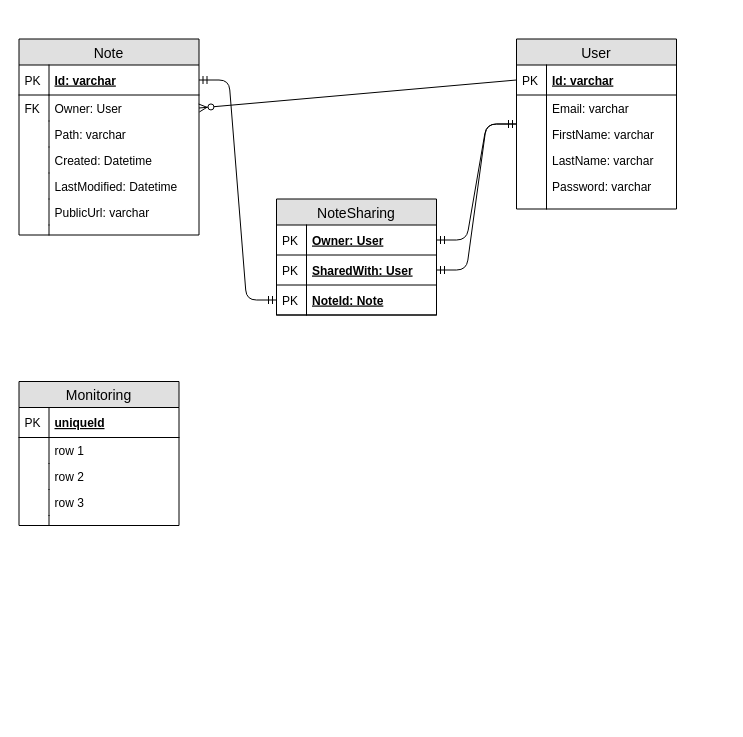
Above: page "Database schema" (1 of 3) of GraduateWork/Diagrams.drawio in AdamNagy/Nadam.L2Plus (draw.io), before the change. Source tidied: cells renumbered, new cells numbered last; positions are measured from the earlier drawing's top-left corner, leaving out a move shared by most shapes. Both pictures are drawn from the tidied source at 100%, with x=0, y=0 at pixel (18, 38).
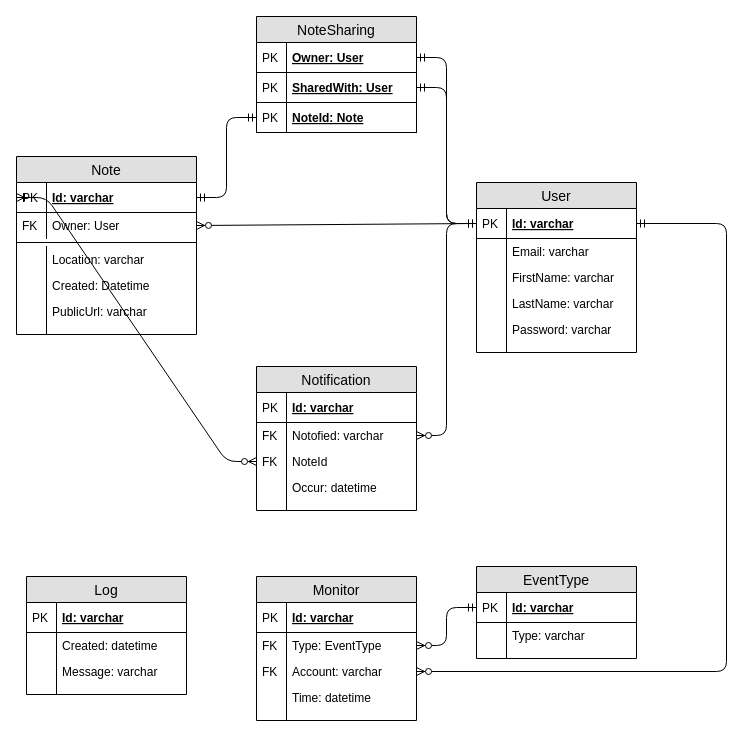
Above is the later version.

Unchanged cells that the change refers to:
```xml
<mxCell id="3" value="Id: varchar" style="shape=partialRectangle;top=0;left=0;right=0;bottom=1;align=left;verticalAlign=middle;fillColor=none;spacingLeft=34;spacingRight=4;overflow=hidden;points=[[0,0.5],[1,0.5]];portConstraint=eastwest;fontStyle=5;fontSize=12;" parent="2" vertex="1">
  <mxGeometry y="26" width="180" height="30" as="geometry" />
</mxCell>
<mxCell id="18" value="Id: varchar" style="shape=partialRectangle;top=0;left=0;right=0;bottom=1;align=left;verticalAlign=middle;fillColor=none;spacingLeft=34;spacingRight=4;overflow=hidden;points=[[0,0.5],[1,0.5]];portConstraint=eastwest;fontStyle=5;fontSize=12;" parent="17" vertex="1">
  <mxGeometry y="26" width="160" height="30" as="geometry" />
</mxCell>
<mxCell id="43" value="Owner: User" style="shape=partialRectangle;top=0;left=0;right=0;bottom=1;align=left;verticalAlign=middle;fillColor=none;spacingLeft=34;spacingRight=4;overflow=hidden;points=[[0,0.5],[1,0.5]];portConstraint=eastwest;fontStyle=5;fontSize=12;" parent="42" vertex="1">
  <mxGeometry y="26" width="160" height="30" as="geometry" />
</mxCell>
<mxCell id="45" value="SharedWith: User" style="shape=partialRectangle;top=0;left=0;right=0;bottom=1;align=left;verticalAlign=middle;fillColor=none;spacingLeft=34;spacingRight=4;overflow=hidden;points=[[0,0.5],[1,0.5]];portConstraint=eastwest;fontStyle=5;fontSize=12;" parent="42" vertex="1">
  <mxGeometry y="56" width="160" height="30" as="geometry" />
</mxCell>
```

Change to the diagram source:
```diff
@@
     <mxCell id="2" value="Note" style="swimlane;fontStyle=0;horizontal=1;startSize=26;fillColor=#e0e0e0;swimlaneFillColor=#ffffff;align=center;fontSize=14;" parent="1" vertex="1">
-      <mxGeometry x="0.5" y="0.5" width="180" height="196" as="geometry" />
+      <mxGeometry x="-2" y="118" width="180" height="178" as="geometry" />
     </mxCell>
@@
+    <mxCell id="52" style="line;strokeWidth=1;fillColor=none;align=left;verticalAlign=middle;spacingTop=-1;spacingLeft=3;spacingRight=3;labelPosition=right;fontSize=12;" parent="2" vertex="1">
+      <mxGeometry y="82" width="180" height="8" as="geometry" />
+    </mxCell>
-    <mxCell id="7" value="Path: varchar" style="shape=partialRectangle;top=0;left=0;right=0;bottom=0;align=left;verticalAlign=top;fillColor=none;spacingLeft=34;spacingRight=4;overflow=hidden;fontSize=12;" parent="2" vertex="1">
-      <mxGeometry y="82" width="180" height="26" as="geometry" />
+    <mxCell id="7" value="Location: varchar" style="shape=partialRectangle;top=0;left=0;right=0;bottom=0;align=left;verticalAlign=top;fillColor=none;spacingLeft=34;spacingRight=4;overflow=hidden;fontSize=12;" parent="2" vertex="1">
+      <mxGeometry y="90" width="180" height="26" as="geometry" />
     </mxCell>
@@
     <mxCell id="9" value="Created: Datetime" style="shape=partialRectangle;top=0;left=0;right=0;bottom=0;align=left;verticalAlign=top;fillColor=none;spacingLeft=34;spacingRight=4;overflow=hidden;fontSize=12;" parent="2" vertex="1">
-      <mxGeometry y="108" width="180" height="26" as="geometry" />
+      <mxGeometry y="116" width="180" height="26" as="geometry" />
     </mxCell>
@@
-    <mxCell id="11" value="LastModified: Datetime" style="shape=partialRectangle;top=0;left=0;right=0;bottom=0;align=left;verticalAlign=top;fillColor=none;spacingLeft=34;spacingRight=4;overflow=hidden;fontSize=12;" parent="2" vertex="1">
-      <mxGeometry y="134" width="180" height="26" as="geometry" />
-    </mxCell>
-    <mxCell id="12" style="shape=partialRectangle;top=0;left=0;bottom=0;fillColor=none;align=left;verticalAlign=top;spacingLeft=4;spacingRight=4;overflow=hidden;fontSize=12;" parent="11" vertex="1">
-      <mxGeometry width="30" height="26" as="geometry" />
-    </mxCell>
     <mxCell id="13" value="PublicUrl: varchar" style="shape=partialRectangle;top=0;left=0;right=0;bottom=0;align=left;verticalAlign=top;fillColor=none;spacingLeft=34;spacingRight=4;overflow=hidden;fontSize=12;" parent="2" vertex="1">
-      <mxGeometry y="160" width="180" height="26" as="geometry" />
+      <mxGeometry y="142" width="180" height="26" as="geometry" />
     </mxCell>
@@
     <mxCell id="15" style="shape=partialRectangle;top=0;left=0;right=0;bottom=0;align=left;verticalAlign=top;fillColor=none;spacingLeft=34;spacingRight=4;overflow=hidden;fontSize=12;" parent="2" vertex="1">
-      <mxGeometry y="186" width="180" height="10" as="geometry" />
+      <mxGeometry y="168" width="180" height="10" as="geometry" />
     </mxCell>
@@
     <mxCell id="17" value="User" style="swimlane;fontStyle=0;horizontal=1;startSize=26;fillColor=#e0e0e0;swimlaneFillColor=#ffffff;align=center;fontSize=14;" parent="1" vertex="1">
-      <mxGeometry x="498" y="0.5" width="160" height="170" as="geometry" />
+      <mxGeometry x="458" y="144" width="160" height="170" as="geometry" />
     </mxCell>
@@
-    <mxCell id="31" value="Monitoring" style="swimlane;fontStyle=0;horizontal=1;startSize=26;fillColor=#e0e0e0;swimlaneFillColor=#ffffff;align=center;fontSize=14;" parent="1" vertex="1">
-      <mxGeometry x="0.5" y="343" width="160" height="144" as="geometry" />
+    <mxCell id="31" value="Log" style="swimlane;fontStyle=0;horizontal=1;startSize=26;fillColor=#e0e0e0;swimlaneFillColor=#ffffff;align=center;fontSize=14;" parent="1" vertex="1">
+      <mxGeometry x="8" y="538" width="160" height="118" as="geometry" />
     </mxCell>
-    <mxCell id="32" value="uniqueId" style="shape=partialRectangle;top=0;left=0;right=0;bottom=1;align=left;verticalAlign=middle;fillColor=none;spacingLeft=34;spacingRight=4;overflow=hidden;fontStyle=5;fontSize=12;" parent="31" vertex="1">
+    <mxCell id="32" value="Id: varchar" style="shape=partialRectangle;top=0;left=0;right=0;bottom=1;align=left;verticalAlign=middle;fillColor=none;spacingLeft=34;spacingRight=4;overflow=hidden;fontStyle=5;fontSize=12;" parent="31" vertex="1">
       <mxGeometry y="26" width="160" height="30" as="geometry" />
     </mxCell>
@@
-    <mxCell id="34" value="row 1" style="shape=partialRectangle;top=0;left=0;right=0;bottom=0;align=left;verticalAlign=top;fillColor=none;spacingLeft=34;spacingRight=4;overflow=hidden;fontSize=12;" parent="31" vertex="1">
+    <mxCell id="34" value="Created: datetime" style="shape=partialRectangle;top=0;left=0;right=0;bottom=0;align=left;verticalAlign=top;fillColor=none;spacingLeft=34;spacingRight=4;overflow=hidden;fontSize=12;" parent="31" vertex="1">
       <mxGeometry y="56" width="160" height="26" as="geometry" />
     </mxCell>
@@
-    <mxCell id="36" value="row 2" style="shape=partialRectangle;top=0;left=0;right=0;bottom=0;align=left;verticalAlign=top;fillColor=none;spacingLeft=34;spacingRight=4;overflow=hidden;fontSize=12;" parent="31" vertex="1">
+    <mxCell id="36" value="Message: varchar" style="shape=partialRectangle;top=0;left=0;right=0;bottom=0;align=left;verticalAlign=top;fillColor=none;spacingLeft=34;spacingRight=4;overflow=hidden;fontSize=12;" parent="31" vertex="1">
       <mxGeometry y="82" width="160" height="26" as="geometry" />
     </mxCell>
@@
-    <mxCell id="38" value="row 3" style="shape=partialRectangle;top=0;left=0;right=0;bottom=0;align=left;verticalAlign=top;fillColor=none;spacingLeft=34;spacingRight=4;overflow=hidden;fontSize=12;" parent="31" vertex="1">
-      <mxGeometry y="108" width="160" height="26" as="geometry" />
-    </mxCell>
-    <mxCell id="39" style="shape=partialRectangle;top=0;left=0;bottom=0;fillColor=none;align=left;verticalAlign=top;spacingLeft=4;spacingRight=4;overflow=hidden;fontSize=12;" parent="38" vertex="1">
-      <mxGeometry width="30" height="26" as="geometry" />
-    </mxCell>
     <mxCell id="40" style="shape=partialRectangle;top=0;left=0;right=0;bottom=0;align=left;verticalAlign=top;fillColor=none;spacingLeft=34;spacingRight=4;overflow=hidden;fontSize=12;" parent="31" vertex="1">
-      <mxGeometry y="134" width="160" height="10" as="geometry" />
+      <mxGeometry y="108" width="160" height="10" as="geometry" />
     </mxCell>
@@
     <mxCell id="42" value="NoteSharing" style="swimlane;fontStyle=0;horizontal=1;startSize=26;fillColor=#e0e0e0;swimlaneFillColor=#ffffff;align=center;fontSize=14;" parent="1" vertex="1">
-      <mxGeometry x="258" y="160.5" width="160" height="116" as="geometry" />
+      <mxGeometry x="238" y="-22" width="160" height="116" as="geometry" />
     </mxCell>
@@
-    <mxCell id="49" style="edgeStyle=entityRelationEdgeStyle;fontSize=12;html=1;endArrow=ERmandOne;startArrow=ERmandOne;" parent="1" edge="1" source="43" target="17">
+    <mxCell id="49" style="edgeStyle=entityRelationEdgeStyle;fontSize=12;html=1;endArrow=ERmandOne;startArrow=ERmandOne;" parent="1" edge="1" source="43" target="18">
       <mxGeometry relative="1" as="geometry" />
     </mxCell>
-    <mxCell id="50" style="edgeStyle=entityRelationEdgeStyle;fontSize=12;html=1;endArrow=ERmandOne;startArrow=ERmandOne;" parent="1" edge="1" source="45" target="17">
+    <mxCell id="50" style="edgeStyle=entityRelationEdgeStyle;fontSize=12;html=1;endArrow=ERmandOne;startArrow=ERmandOne;" parent="1" edge="1" source="45" target="18">
       <mxGeometry relative="1" as="geometry" />
     </mxCell>
@@
+    <mxCell id="53" value="Notification" style="swimlane;fontStyle=0;horizontal=1;startSize=26;fillColor=#e0e0e0;swimlaneFillColor=#ffffff;align=center;fontSize=14;" parent="1" vertex="1">
+      <mxGeometry x="238" y="328" width="160" height="144" as="geometry" />
+    </mxCell>
+    <mxCell id="54" value="Id: varchar" style="shape=partialRectangle;top=0;left=0;right=0;bottom=1;align=left;verticalAlign=middle;fillColor=none;spacingLeft=34;spacingRight=4;overflow=hidden;fontStyle=5;fontSize=12;" parent="53" vertex="1">
+      <mxGeometry y="26" width="160" height="30" as="geometry" />
+    </mxCell>
+    <mxCell id="55" value="PK" style="shape=partialRectangle;top=0;left=0;bottom=0;fillColor=none;align=left;verticalAlign=middle;spacingLeft=4;spacingRight=4;overflow=hidden;fontSize=12;" parent="54" vertex="1">
+      <mxGeometry width="30" height="30" as="geometry" />
+    </mxCell>
+    <mxCell id="56" value="Notofied: varchar" style="shape=partialRectangle;top=0;left=0;right=0;bottom=0;align=left;verticalAlign=top;fillColor=none;spacingLeft=34;spacingRight=4;overflow=hidden;points=[[0,0.5],[1,0.5]];portConstraint=eastwest;fontSize=12;" parent="53" vertex="1">
+      <mxGeometry y="56" width="160" height="26" as="geometry" />
+    </mxCell>
+    <mxCell id="57" value="FK" style="shape=partialRectangle;top=0;left=0;bottom=0;fillColor=none;align=left;verticalAlign=top;spacingLeft=4;spacingRight=4;overflow=hidden;fontSize=12;" parent="56" vertex="1">
+      <mxGeometry width="30" height="26" as="geometry" />
+    </mxCell>
+    <mxCell id="58" value="NoteId" style="shape=partialRectangle;top=0;left=0;right=0;bottom=0;align=left;verticalAlign=top;fillColor=none;spacingLeft=34;spacingRight=4;overflow=hidden;points=[[0,0.5],[1,0.5]];portConstraint=eastwest;fontSize=12;" parent="53" vertex="1">
+      <mxGeometry y="82" width="160" height="26" as="geometry" />
+    </mxCell>
+    <mxCell id="59" value="FK" style="shape=partialRectangle;top=0;left=0;bottom=0;fillColor=none;align=left;verticalAlign=top;spacingLeft=4;spacingRight=4;overflow=hidden;fontSize=12;" parent="58" vertex="1">
+      <mxGeometry width="30" height="26" as="geometry" />
+    </mxCell>
+    <mxCell id="60" value="Occur: datetime" style="shape=partialRectangle;top=0;left=0;right=0;bottom=0;align=left;verticalAlign=top;fillColor=none;spacingLeft=34;spacingRight=4;overflow=hidden;fontSize=12;" parent="53" vertex="1">
+      <mxGeometry y="108" width="160" height="26" as="geometry" />
+    </mxCell>
+    <mxCell id="61" style="shape=partialRectangle;top=0;left=0;bottom=0;fillColor=none;align=left;verticalAlign=top;spacingLeft=4;spacingRight=4;overflow=hidden;fontSize=12;" parent="60" vertex="1">
+      <mxGeometry width="30" height="26" as="geometry" />
+    </mxCell>
+    <mxCell id="62" style="shape=partialRectangle;top=0;left=0;right=0;bottom=0;align=left;verticalAlign=top;fillColor=none;spacingLeft=34;spacingRight=4;overflow=hidden;fontSize=12;" parent="53" vertex="1">
+      <mxGeometry y="134" width="160" height="10" as="geometry" />
+    </mxCell>
+    <mxCell id="63" style="shape=partialRectangle;top=0;left=0;bottom=0;fillColor=none;align=left;verticalAlign=top;spacingLeft=4;spacingRight=4;overflow=hidden;fontSize=12;" parent="62" vertex="1">
+      <mxGeometry width="30" height="10" as="geometry" />
+    </mxCell>
+    <mxCell id="64" style="fontSize=12;html=1;endArrow=ERzeroToMany;endFill=1;edgeStyle=orthogonalEdgeStyle;" parent="1" edge="1" source="18" target="56">
+      <mxGeometry relative="1" as="geometry" />
+    </mxCell>
+    <mxCell id="65" style="edgeStyle=entityRelationEdgeStyle;fontSize=12;html=1;endArrow=ERoneToMany;startArrow=ERzeroToMany;entryX=0;entryY=0.5;entryDx=0;entryDy=0;" parent="1" edge="1" source="58" target="3">
+      <mxGeometry relative="1" as="geometry" />
+    </mxCell>
+    <mxCell id="66" value="Monitor" style="swimlane;fontStyle=0;horizontal=1;startSize=26;fillColor=#e0e0e0;swimlaneFillColor=#ffffff;align=center;fontSize=14;" parent="1" vertex="1">
+      <mxGeometry x="238" y="538" width="160" height="144" as="geometry" />
+    </mxCell>
+    <mxCell id="67" value="Id: varchar" style="shape=partialRectangle;top=0;left=0;right=0;bottom=1;align=left;verticalAlign=middle;fillColor=none;spacingLeft=34;spacingRight=4;overflow=hidden;fontStyle=5;fontSize=12;" parent="66" vertex="1">
+      <mxGeometry y="26" width="160" height="30" as="geometry" />
+    </mxCell>
+    <mxCell id="68" value="PK" style="shape=partialRectangle;top=0;left=0;bottom=0;fillColor=none;align=left;verticalAlign=middle;spacingLeft=4;spacingRight=4;overflow=hidden;fontSize=12;" parent="67" vertex="1">
+      <mxGeometry width="30" height="30" as="geometry" />
+    </mxCell>
+    <mxCell id="69" value="Type: EventType" style="shape=partialRectangle;top=0;left=0;right=0;bottom=0;align=left;verticalAlign=top;fillColor=none;spacingLeft=34;spacingRight=4;overflow=hidden;points=[[0,0.5],[1,0.5]];portConstraint=eastwest;fontSize=12;" parent="66" vertex="1">
+      <mxGeometry y="56" width="160" height="26" as="geometry" />
+    </mxCell>
+    <mxCell id="70" value="FK" style="shape=partialRectangle;top=0;left=0;bottom=0;fillColor=none;align=left;verticalAlign=top;spacingLeft=4;spacingRight=4;overflow=hidden;fontSize=12;" parent="69" vertex="1">
+      <mxGeometry width="30" height="26" as="geometry" />
+    </mxCell>
+    <mxCell id="71" value="Account: varchar" style="shape=partialRectangle;top=0;left=0;right=0;bottom=0;align=left;verticalAlign=top;fillColor=none;spacingLeft=34;spacingRight=4;overflow=hidden;points=[[0,0.5],[1,0.5]];portConstraint=eastwest;fontSize=12;" parent="66" vertex="1">
+      <mxGeometry y="82" width="160" height="26" as="geometry" />
+    </mxCell>
+    <mxCell id="72" value="FK" style="shape=partialRectangle;top=0;left=0;bottom=0;fillColor=none;align=left;verticalAlign=top;spacingLeft=4;spacingRight=4;overflow=hidden;fontSize=12;" parent="71" vertex="1">
+      <mxGeometry width="30" height="26" as="geometry" />
+    </mxCell>
+    <mxCell id="73" value="Time: datetime" style="shape=partialRectangle;top=0;left=0;right=0;bottom=0;align=left;verticalAlign=top;fillColor=none;spacingLeft=34;spacingRight=4;overflow=hidden;fontSize=12;" parent="66" vertex="1">
+      <mxGeometry y="108" width="160" height="26" as="geometry" />
+    </mxCell>
+    <mxCell id="74" style="shape=partialRectangle;top=0;left=0;bottom=0;fillColor=none;align=left;verticalAlign=top;spacingLeft=4;spacingRight=4;overflow=hidden;fontSize=12;" parent="73" vertex="1">
+      <mxGeometry width="30" height="26" as="geometry" />
+    </mxCell>
+    <mxCell id="75" style="shape=partialRectangle;top=0;left=0;right=0;bottom=0;align=left;verticalAlign=top;fillColor=none;spacingLeft=34;spacingRight=4;overflow=hidden;fontSize=12;" parent="66" vertex="1">
+      <mxGeometry y="134" width="160" height="10" as="geometry" />
+    </mxCell>
+    <mxCell id="76" style="shape=partialRectangle;top=0;left=0;bottom=0;fillColor=none;align=left;verticalAlign=top;spacingLeft=4;spacingRight=4;overflow=hidden;fontSize=12;" parent="75" vertex="1">
+      <mxGeometry width="30" height="10" as="geometry" />
+    </mxCell>
+    <mxCell id="77" value="EventType" style="swimlane;fontStyle=0;horizontal=1;startSize=26;fillColor=#e0e0e0;swimlaneFillColor=#ffffff;align=center;fontSize=14;" parent="1" vertex="1">
+      <mxGeometry x="458" y="528" width="160" height="92" as="geometry" />
+    </mxCell>
+    <mxCell id="78" value="Id: varchar" style="shape=partialRectangle;top=0;left=0;right=0;bottom=1;align=left;verticalAlign=middle;fillColor=none;spacingLeft=34;spacingRight=4;overflow=hidden;points=[[0,0.5],[1,0.5]];portConstraint=eastwest;fontStyle=5;fontSize=12;" parent="77" vertex="1">
+      <mxGeometry y="26" width="160" height="30" as="geometry" />
+    </mxCell>
+    <mxCell id="79" value="PK" style="shape=partialRectangle;top=0;left=0;bottom=0;fillColor=none;align=left;verticalAlign=middle;spacingLeft=4;spacingRight=4;overflow=hidden;fontSize=12;" parent="78" vertex="1">
+      <mxGeometry width="30" height="30" as="geometry" />
+    </mxCell>
+    <mxCell id="80" value="Type: varchar" style="shape=partialRectangle;top=0;left=0;right=0;bottom=0;align=left;verticalAlign=top;fillColor=none;spacingLeft=34;spacingRight=4;overflow=hidden;fontSize=12;" parent="77" vertex="1">
+      <mxGeometry y="56" width="160" height="26" as="geometry" />
+    </mxCell>
+    <mxCell id="81" style="shape=partialRectangle;top=0;left=0;bottom=0;fillColor=none;align=left;verticalAlign=top;spacingLeft=4;spacingRight=4;overflow=hidden;fontSize=12;" parent="80" vertex="1">
+      <mxGeometry width="30" height="26" as="geometry" />
+    </mxCell>
+    <mxCell id="82" style="shape=partialRectangle;top=0;left=0;right=0;bottom=0;align=left;verticalAlign=top;fillColor=none;spacingLeft=34;spacingRight=4;overflow=hidden;fontSize=12;" parent="77" vertex="1">
+      <mxGeometry y="82" width="160" height="10" as="geometry" />
+    </mxCell>
+    <mxCell id="83" style="shape=partialRectangle;top=0;left=0;bottom=0;fillColor=none;align=left;verticalAlign=top;spacingLeft=4;spacingRight=4;overflow=hidden;fontSize=12;" parent="82" vertex="1">
+      <mxGeometry width="30" height="10" as="geometry" />
+    </mxCell>
+    <mxCell id="84" style="edgeStyle=orthogonalEdgeStyle;fontSize=12;html=1;endArrow=ERzeroToMany;startArrow=ERmandOne;endFill=1;" parent="1" edge="1" source="78" target="69">
+      <mxGeometry relative="1" as="geometry" />
+    </mxCell>
+    <mxCell id="85" style="edgeStyle=orthogonalEdgeStyle;fontSize=12;html=1;endArrow=ERzeroToMany;startArrow=ERmandOne;exitX=1;exitY=0.5;exitDx=0;exitDy=0;startFill=0;endFill=1;" parent="1" edge="1" source="18" target="71">
+      <mxGeometry relative="1" as="geometry">
+        <Array as="points">
+          <mxPoint x="708" y="185" />
+          <mxPoint x="708" y="633" />
+        </Array>
+      </mxGeometry>
+    </mxCell>
```
